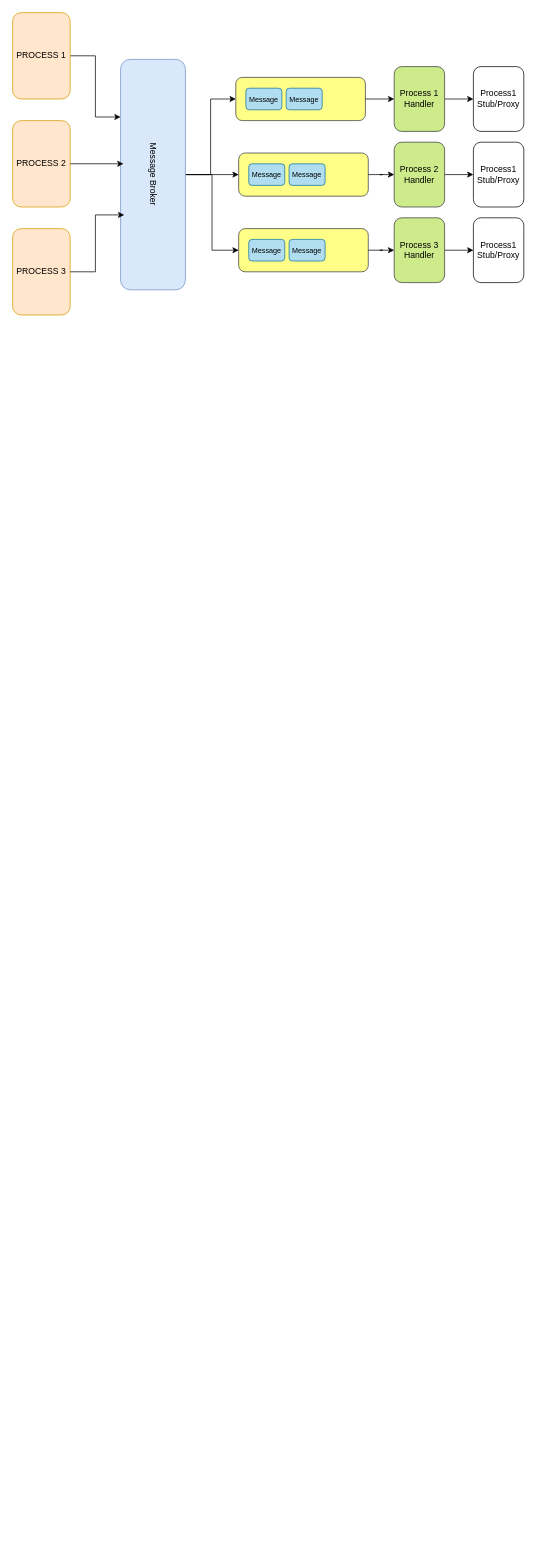
The draw.io diagram FA.drawio in anhkiet1993/FA, before the edit. Source tidied: cells renumbered, new cells numbered last; positions are measured from the earlier drawing's top-left corner, leaving out a move shared by most shapes. Both pictures are drawn from the tidied source at 72%, with x=0, y=0 at pixel (12, 12).
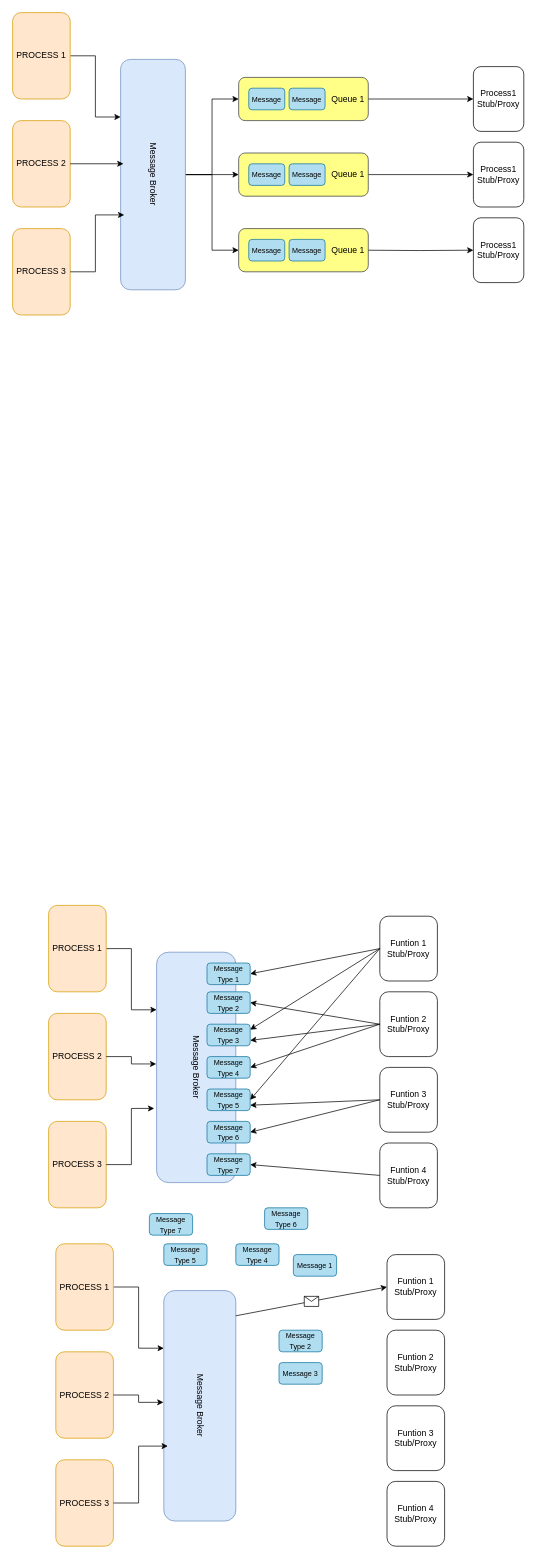
The same diagram, later.

Unchanged cells that the change refers to:
```xml
<mxCell id="11" value="Message Broker" style="rounded=1;whiteSpace=wrap;html=1;fillColor=#dae8fc;strokeColor=#6c8ebf;textDirection=vertical-lr;" parent="1" vertex="1">
  <mxGeometry x="150" y="65" width="90" height="320" as="geometry" />
</mxCell>
<mxCell id="33" value="Process1 Stub/Proxy" style="rounded=1;whiteSpace=wrap;html=1;" parent="1" vertex="1">
  <mxGeometry x="640" y="75" width="70" height="90" as="geometry" />
</mxCell>
<mxCell id="34" value="Process1 Stub/Proxy" style="rounded=1;whiteSpace=wrap;html=1;" parent="1" vertex="1">
  <mxGeometry x="640" y="180" width="70" height="90" as="geometry" />
</mxCell>
<mxCell id="35" value="Process1 Stub/Proxy" style="rounded=1;whiteSpace=wrap;html=1;" parent="1" vertex="1">
  <mxGeometry x="640" y="285" width="70" height="90" as="geometry" />
</mxCell>
```

The edit, as a diff of the source:
```diff
@@
-    <mxCell id="4" style="edgeStyle=orthogonalEdgeStyle;rounded=0;jettySize=auto;html=1;entryX=0;entryY=0.5;entryDx=0;entryDy=0;" parent="1" edge="1" source="5" target="33">
-      <mxGeometry relative="1" as="geometry" />
-    </mxCell>
-    <mxCell id="5" value="Process 1 Handler" style="rounded=1;whiteSpace=wrap;html=1;fillColor=#cdeb8b;strokeColor=#36393d;" parent="1" vertex="1">
-      <mxGeometry x="530" y="75" width="70" height="90" as="geometry" />
-    </mxCell>
@@
-    <mxCell id="9" style="edgeStyle=orthogonalEdgeStyle;rounded=0;jettySize=auto;html=1;entryX=0;entryY=0.5;entryDx=0;entryDy=0;" parent="1" edge="1" source="11" target="19">
+    <mxCell id="9" style="edgeStyle=orthogonalEdgeStyle;rounded=0;jettySize=auto;html=1;" parent="1" edge="1" source="11" target="37">
       <mxGeometry relative="1" as="geometry" />
     </mxCell>
-    <mxCell id="10" style="edgeStyle=orthogonalEdgeStyle;rounded=0;jettySize=auto;html=1;entryX=0;entryY=0.5;entryDx=0;entryDy=0;" parent="1" edge="1" source="11" target="23">
+    <mxCell id="10" style="edgeStyle=orthogonalEdgeStyle;rounded=0;jettySize=auto;html=1;entryX=0;entryY=0.5;entryDx=0;entryDy=0;" parent="1" edge="1" source="11" target="40">
       <mxGeometry relative="1" as="geometry" />
     </mxCell>
@@
-    <mxCell id="14" style="group;" parent="1" vertex="1">
-      <mxGeometry x="310" y="90" width="180" height="60" as="geometry" />
-    </mxCell>
-    <mxCell id="15" style="rounded=1;whiteSpace=wrap;html=1;fillColor=#ffff88;strokeColor=#36393d;" parent="14" vertex="1">
-      <mxGeometry width="180" height="60" as="geometry" />
-    </mxCell>
-    <mxCell id="16" value="&lt;font style=&quot;font-size: 10px;&quot;&gt;Message&lt;/font&gt;" style="rounded=1;whiteSpace=wrap;html=1;fillColor=#b1ddf0;strokeColor=#10739e;" parent="14" vertex="1">
-      <mxGeometry x="14" y="15" width="50" height="30" as="geometry" />
-    </mxCell>
-    <mxCell id="17" value="&lt;font style=&quot;font-size: 10px;&quot;&gt;Message&lt;/font&gt;" style="rounded=1;whiteSpace=wrap;html=1;fillColor=#b1ddf0;strokeColor=#10739e;" parent="14" vertex="1">
-      <mxGeometry x="70" y="15" width="50" height="30" as="geometry" />
-    </mxCell>
-    <mxCell id="18" style="group;" parent="1" vertex="1">
-      <mxGeometry x="314" y="195" width="180" height="60" as="geometry" />
-    </mxCell>
-    <mxCell id="19" style="rounded=1;whiteSpace=wrap;html=1;fillColor=#ffff88;strokeColor=#36393d;" parent="18" vertex="1">
-      <mxGeometry width="180" height="60" as="geometry" />
-    </mxCell>
-    <mxCell id="20" value="&lt;font style=&quot;font-size: 10px;&quot;&gt;Message&lt;/font&gt;" style="rounded=1;whiteSpace=wrap;html=1;fillColor=#b1ddf0;strokeColor=#10739e;" parent="18" vertex="1">
-      <mxGeometry x="14" y="15" width="50" height="30" as="geometry" />
-    </mxCell>
-    <mxCell id="21" value="&lt;font style=&quot;font-size: 10px;&quot;&gt;Message&lt;/font&gt;" style="rounded=1;whiteSpace=wrap;html=1;fillColor=#b1ddf0;strokeColor=#10739e;" parent="18" vertex="1">
-      <mxGeometry x="70" y="15" width="50" height="30" as="geometry" />
-    </mxCell>
-    <mxCell id="22" style="group;" parent="1" vertex="1">
-      <mxGeometry x="314" y="300" width="180" height="60" as="geometry" />
-    </mxCell>
-    <mxCell id="23" style="rounded=1;whiteSpace=wrap;html=1;fillColor=#ffff88;strokeColor=#36393d;" parent="22" vertex="1">
-      <mxGeometry width="180" height="60" as="geometry" />
-    </mxCell>
-    <mxCell id="24" value="&lt;font style=&quot;font-size: 10px;&quot;&gt;Message&lt;/font&gt;" style="rounded=1;whiteSpace=wrap;html=1;fillColor=#b1ddf0;strokeColor=#10739e;" parent="22" vertex="1">
-      <mxGeometry x="14" y="15" width="50" height="30" as="geometry" />
-    </mxCell>
-    <mxCell id="25" value="&lt;font style=&quot;font-size: 10px;&quot;&gt;Message&lt;/font&gt;" style="rounded=1;whiteSpace=wrap;html=1;fillColor=#b1ddf0;strokeColor=#10739e;" parent="22" vertex="1">
-      <mxGeometry x="70" y="15" width="50" height="30" as="geometry" />
-    </mxCell>
-    <mxCell id="26" style="edgeStyle=orthogonalEdgeStyle;rounded=0;jettySize=auto;html=1;entryX=0;entryY=0.5;entryDx=0;entryDy=0;" parent="1" edge="1" source="27" target="34">
-      <mxGeometry relative="1" as="geometry" />
-    </mxCell>
-    <mxCell id="27" value="Process 2 Handler" style="rounded=1;whiteSpace=wrap;html=1;fillColor=#cdeb8b;strokeColor=#36393d;" parent="1" vertex="1">
-      <mxGeometry x="530" y="180" width="70" height="90" as="geometry" />
-    </mxCell>
-    <mxCell id="28" style="edgeStyle=orthogonalEdgeStyle;rounded=0;jettySize=auto;html=1;" parent="1" edge="1" source="29" target="35">
-      <mxGeometry relative="1" as="geometry" />
-    </mxCell>
-    <mxCell id="29" value="Process 3 Handler" style="rounded=1;whiteSpace=wrap;html=1;fillColor=#cdeb8b;strokeColor=#36393d;" parent="1" vertex="1">
-      <mxGeometry x="530" y="285" width="70" height="90" as="geometry" />
-    </mxCell>
-    <mxCell id="30" style="edgeStyle=orthogonalEdgeStyle;rounded=0;jettySize=auto;html=1;" parent="1" edge="1" source="15" target="5">
+    <mxCell id="30" style="edgeStyle=orthogonalEdgeStyle;rounded=0;jettySize=auto;html=1;entryX=0;entryY=0.5;entryDx=0;entryDy=0;" parent="1" edge="1" source="15" target="33">
       <mxGeometry relative="1" as="geometry" />
     </mxCell>
-    <mxCell id="31" style="edgeStyle=orthogonalEdgeStyle;rounded=0;jettySize=auto;html=1;entryX=0;entryY=0.5;entryDx=0;entryDy=0;" parent="1" edge="1" source="19" target="27">
+    <mxCell id="31" style="edgeStyle=orthogonalEdgeStyle;rounded=0;jettySize=auto;html=1;exitX=1;exitY=0.5;exitDx=0;exitDy=0;" parent="1" edge="1" source="37" target="34">
       <mxGeometry relative="1" as="geometry" />
     </mxCell>
-    <mxCell id="32" style="edgeStyle=orthogonalEdgeStyle;rounded=0;jettySize=auto;html=1;" parent="1" edge="1" source="23" target="29">
-      <mxGeometry relative="1" as="geometry" />
+    <mxCell id="32" style="edgeStyle=orthogonalEdgeStyle;rounded=0;jettySize=auto;html=1;entryX=0;entryY=0.5;entryDx=0;entryDy=0;" parent="1" edge="1" target="35">
+      <mxGeometry relative="1" as="geometry">
+        <mxPoint x="490" y="330" as="sourcePoint" />
+      </mxGeometry>
     </mxCell>
@@
+    <mxCell id="36" style="group;" parent="1" vertex="1">
+      <mxGeometry x="314" y="90" width="180" height="60" as="geometry" />
+    </mxCell>
+    <mxCell id="15" value="Queue 1" style="rounded=1;whiteSpace=wrap;html=1;fillColor=#ffff88;strokeColor=#36393d;labelPosition=right;verticalLabelPosition=middle;align=left;verticalAlign=middle;spacing=-51;" parent="36" vertex="1">
+      <mxGeometry width="180" height="60" as="geometry" />
+    </mxCell>
+    <mxCell id="16" value="&lt;font style=&quot;font-size: 10px;&quot;&gt;Message&lt;/font&gt;" style="rounded=1;whiteSpace=wrap;html=1;fillColor=#b1ddf0;strokeColor=#10739e;" parent="36" vertex="1">
+      <mxGeometry x="14" y="15" width="50" height="30" as="geometry" />
+    </mxCell>
+    <mxCell id="17" value="&lt;font style=&quot;font-size: 10px;&quot;&gt;Message&lt;/font&gt;" style="rounded=1;whiteSpace=wrap;html=1;fillColor=#b1ddf0;strokeColor=#10739e;" parent="36" vertex="1">
+      <mxGeometry x="70" y="15" width="50" height="30" as="geometry" />
+    </mxCell>
+    <mxCell id="18" style="group;" parent="1" vertex="1">
+      <mxGeometry x="314" y="195" width="180" height="60" as="geometry" />
+    </mxCell>
+    <mxCell id="37" value="Queue 1" style="rounded=1;whiteSpace=wrap;html=1;fillColor=#ffff88;strokeColor=#36393d;labelPosition=right;verticalLabelPosition=middle;align=left;verticalAlign=middle;spacing=-51;" parent="18" vertex="1">
+      <mxGeometry width="180" height="60" as="geometry" />
+    </mxCell>
+    <mxCell id="38" value="&lt;font style=&quot;font-size: 10px;&quot;&gt;Message&lt;/font&gt;" style="rounded=1;whiteSpace=wrap;html=1;fillColor=#b1ddf0;strokeColor=#10739e;" parent="18" vertex="1">
+      <mxGeometry x="14" y="15" width="50" height="30" as="geometry" />
+    </mxCell>
+    <mxCell id="39" value="&lt;font style=&quot;font-size: 10px;&quot;&gt;Message&lt;/font&gt;" style="rounded=1;whiteSpace=wrap;html=1;fillColor=#b1ddf0;strokeColor=#10739e;" parent="18" vertex="1">
+      <mxGeometry x="70" y="15" width="50" height="30" as="geometry" />
+    </mxCell>
+    <mxCell id="22" style="group;" parent="1" vertex="1">
+      <mxGeometry x="314" y="300" width="180" height="60" as="geometry" />
+    </mxCell>
+    <mxCell id="40" value="Queue 1" style="rounded=1;whiteSpace=wrap;html=1;fillColor=#ffff88;strokeColor=#36393d;labelPosition=right;verticalLabelPosition=middle;align=left;verticalAlign=middle;spacing=-51;" parent="22" vertex="1">
+      <mxGeometry width="180" height="60" as="geometry" />
+    </mxCell>
+    <mxCell id="41" value="&lt;font style=&quot;font-size: 10px;&quot;&gt;Message&lt;/font&gt;" style="rounded=1;whiteSpace=wrap;html=1;fillColor=#b1ddf0;strokeColor=#10739e;" parent="22" vertex="1">
+      <mxGeometry x="14" y="15" width="50" height="30" as="geometry" />
+    </mxCell>
+    <mxCell id="42" value="&lt;font style=&quot;font-size: 10px;&quot;&gt;Message&lt;/font&gt;" style="rounded=1;whiteSpace=wrap;html=1;fillColor=#b1ddf0;strokeColor=#10739e;" parent="22" vertex="1">
+      <mxGeometry x="70" y="15" width="50" height="30" as="geometry" />
+    </mxCell>
+    <mxCell id="43" style="edgeStyle=orthogonalEdgeStyle;rounded=0;jettySize=auto;html=1;entryX=0;entryY=0.25;entryDx=0;entryDy=0;" parent="1" edge="1" source="44" target="47">
+      <mxGeometry relative="1" as="geometry" />
+    </mxCell>
+    <mxCell id="44" value="PROCESS 1" style="rounded=1;whiteSpace=wrap;html=1;fillColor=#ffe6cc;strokeColor=#d79b00;" parent="1" vertex="1">
+      <mxGeometry x="50" y="1240" width="80" height="120" as="geometry" />
+    </mxCell>
+    <mxCell id="45" value="PROCESS 2" style="rounded=1;whiteSpace=wrap;html=1;fillColor=#ffe6cc;strokeColor=#d79b00;" parent="1" vertex="1">
+      <mxGeometry x="50" y="1390" width="80" height="120" as="geometry" />
+    </mxCell>
+    <mxCell id="46" value="PROCESS 3" style="rounded=1;whiteSpace=wrap;html=1;fillColor=#ffe6cc;strokeColor=#d79b00;" parent="1" vertex="1">
+      <mxGeometry x="50" y="1540" width="80" height="120" as="geometry" />
+    </mxCell>
+    <mxCell id="47" value="Message Broker" style="rounded=1;whiteSpace=wrap;html=1;fillColor=#dae8fc;strokeColor=#6c8ebf;textDirection=vertical-lr;verticalAlign=middle;" parent="1" vertex="1">
+      <mxGeometry x="200" y="1305" width="110" height="320" as="geometry" />
+    </mxCell>
+    <mxCell id="48" style="edgeStyle=orthogonalEdgeStyle;rounded=0;jettySize=auto;html=1;entryX=-0.005;entryY=0.485;entryDx=0;entryDy=0;entryPerimeter=0;" parent="1" edge="1" source="45" target="47">
+      <mxGeometry relative="1" as="geometry" />
+    </mxCell>
+    <mxCell id="49" style="edgeStyle=orthogonalEdgeStyle;rounded=0;jettySize=auto;html=1;entryX=-0.03;entryY=0.678;entryDx=0;entryDy=0;entryPerimeter=0;" parent="1" edge="1" source="46" target="47">
+      <mxGeometry relative="1" as="geometry" />
+    </mxCell>
+    <mxCell id="50" value="&lt;div&gt;Funtion 1&lt;/div&gt;Stub/Proxy" style="rounded=1;whiteSpace=wrap;html=1;" parent="1" vertex="1">
+      <mxGeometry x="510" y="1255" width="80" height="90" as="geometry" />
+    </mxCell>
+    <mxCell id="51" value="&lt;div&gt;Funtion 2&lt;/div&gt;Stub/Proxy" style="rounded=1;whiteSpace=wrap;html=1;" parent="1" vertex="1">
+      <mxGeometry x="510" y="1360" width="80" height="90" as="geometry" />
+    </mxCell>
+    <mxCell id="52" value="&lt;div&gt;Funtion 4&lt;/div&gt;Stub/Proxy" style="rounded=1;whiteSpace=wrap;html=1;" parent="1" vertex="1">
+      <mxGeometry x="510" y="1570" width="80" height="90" as="geometry" />
+    </mxCell>
+    <mxCell id="53" value="&lt;font style=&quot;font-size: 10px;&quot;&gt;Message Type 1&lt;/font&gt;" style="rounded=1;whiteSpace=wrap;html=1;fillColor=#b1ddf0;strokeColor=#10739e;" parent="1" vertex="1">
+      <mxGeometry x="270" y="1320" width="60" height="30" as="geometry" />
+    </mxCell>
+    <mxCell id="54" value="&lt;font style=&quot;font-size: 10px;&quot;&gt;Message Type 2&lt;/font&gt;" style="rounded=1;whiteSpace=wrap;html=1;fillColor=#b1ddf0;strokeColor=#10739e;" parent="1" vertex="1">
+      <mxGeometry x="270" y="1360" width="60" height="30" as="geometry" />
+    </mxCell>
+    <mxCell id="55" value="&lt;font style=&quot;font-size: 10px;&quot;&gt;Message Type 3&lt;/font&gt;" style="rounded=1;whiteSpace=wrap;html=1;fillColor=#b1ddf0;strokeColor=#10739e;" parent="1" vertex="1">
+      <mxGeometry x="270" y="1405" width="60" height="30" as="geometry" />
+    </mxCell>
+    <mxCell id="56" value="&lt;font style=&quot;font-size: 10px;&quot;&gt;Message Type 4&lt;/font&gt;" style="rounded=1;whiteSpace=wrap;html=1;fillColor=#b1ddf0;strokeColor=#10739e;" parent="1" vertex="1">
+      <mxGeometry x="270" y="1450" width="60" height="30" as="geometry" />
+    </mxCell>
+    <mxCell id="57" value="&lt;font style=&quot;font-size: 10px;&quot;&gt;Message Type 5&lt;/font&gt;" style="rounded=1;whiteSpace=wrap;html=1;fillColor=#b1ddf0;strokeColor=#10739e;" parent="1" vertex="1">
+      <mxGeometry x="270" y="1495" width="60" height="30" as="geometry" />
+    </mxCell>
+    <mxCell id="58" value="&lt;font style=&quot;font-size: 10px;&quot;&gt;Message Type 6&lt;/font&gt;" style="rounded=1;whiteSpace=wrap;html=1;fillColor=#b1ddf0;strokeColor=#10739e;" parent="1" vertex="1">
+      <mxGeometry x="270" y="1540" width="60" height="30" as="geometry" />
+    </mxCell>
+    <mxCell id="59" value="&lt;font style=&quot;font-size: 10px;&quot;&gt;Message Type 7&lt;/font&gt;" style="rounded=1;whiteSpace=wrap;html=1;fillColor=#b1ddf0;strokeColor=#10739e;" parent="1" vertex="1">
+      <mxGeometry x="270" y="1585" width="60" height="30" as="geometry" />
+    </mxCell>
+    <mxCell id="60" style="endArrow=classic;html=1;rounded=0;exitX=0;exitY=0.5;exitDx=0;exitDy=0;entryX=1;entryY=0.5;entryDx=0;entryDy=0;" parent="1" edge="1" source="50" target="53">
+      <mxGeometry relative="1" as="geometry" />
+    </mxCell>
+    <mxCell id="61" style="endArrow=classic;html=1;rounded=0;exitX=0;exitY=0.5;exitDx=0;exitDy=0;entryX=1;entryY=0.25;entryDx=0;entryDy=0;" parent="1" edge="1" source="50" target="55">
+      <mxGeometry relative="1" as="geometry" />
+    </mxCell>
+    <mxCell id="62" style="endArrow=classic;html=1;rounded=0;exitX=0;exitY=0.5;exitDx=0;exitDy=0;entryX=1;entryY=0.5;entryDx=0;entryDy=0;" parent="1" edge="1" source="50" target="57">
+      <mxGeometry relative="1" as="geometry" />
+    </mxCell>
+    <mxCell id="63" style="endArrow=classic;html=1;rounded=0;exitX=0;exitY=0.5;exitDx=0;exitDy=0;entryX=1;entryY=0.5;entryDx=0;entryDy=0;" parent="1" edge="1" source="51" target="54">
+      <mxGeometry relative="1" as="geometry" />
+    </mxCell>
+    <mxCell id="64" style="endArrow=classic;html=1;rounded=0;exitX=0;exitY=0.5;exitDx=0;exitDy=0;entryX=1;entryY=0.75;entryDx=0;entryDy=0;" parent="1" edge="1" source="51" target="55">
+      <mxGeometry relative="1" as="geometry" />
+    </mxCell>
+    <mxCell id="65" style="endArrow=classic;html=1;rounded=0;exitX=0;exitY=0.5;exitDx=0;exitDy=0;entryX=1;entryY=0.5;entryDx=0;entryDy=0;" parent="1" edge="1" source="51" target="56">
+      <mxGeometry relative="1" as="geometry" />
+    </mxCell>
+    <mxCell id="66" style="endArrow=classic;html=1;rounded=0;exitX=0;exitY=0.5;exitDx=0;exitDy=0;entryX=1;entryY=0.5;entryDx=0;entryDy=0;" parent="1" edge="1" source="68" target="58">
+      <mxGeometry relative="1" as="geometry" />
+    </mxCell>
+    <mxCell id="67" style="endArrow=classic;html=1;rounded=0;entryX=1;entryY=0.5;entryDx=0;entryDy=0;exitX=0;exitY=0.5;exitDx=0;exitDy=0;" parent="1" edge="1" source="52" target="59">
+      <mxGeometry relative="1" as="geometry" />
+    </mxCell>
+    <mxCell id="68" value="&lt;div&gt;Funtion 3&lt;/div&gt;Stub/Proxy" style="rounded=1;whiteSpace=wrap;html=1;" parent="1" vertex="1">
+      <mxGeometry x="510" y="1465" width="80" height="90" as="geometry" />
+    </mxCell>
+    <mxCell id="69" style="endArrow=classic;html=1;rounded=0;entryX=1;entryY=0.75;entryDx=0;entryDy=0;exitX=0;exitY=0.5;exitDx=0;exitDy=0;" parent="1" edge="1" source="68" target="57">
+      <mxGeometry relative="1" as="geometry" />
+    </mxCell>
+    <mxCell id="70" style="edgeStyle=orthogonalEdgeStyle;rounded=0;jettySize=auto;html=1;entryX=0;entryY=0.25;entryDx=0;entryDy=0;" parent="1" edge="1" source="71" target="74">
+      <mxGeometry relative="1" as="geometry" />
+    </mxCell>
+    <mxCell id="71" value="PROCESS 1" style="rounded=1;whiteSpace=wrap;html=1;fillColor=#ffe6cc;strokeColor=#d79b00;" parent="1" vertex="1">
+      <mxGeometry x="60" y="1710" width="80" height="120" as="geometry" />
+    </mxCell>
+    <mxCell id="72" value="PROCESS 2" style="rounded=1;whiteSpace=wrap;html=1;fillColor=#ffe6cc;strokeColor=#d79b00;" parent="1" vertex="1">
+      <mxGeometry x="60" y="1860" width="80" height="120" as="geometry" />
+    </mxCell>
+    <mxCell id="73" value="PROCESS 3" style="rounded=1;whiteSpace=wrap;html=1;fillColor=#ffe6cc;strokeColor=#d79b00;" parent="1" vertex="1">
+      <mxGeometry x="60" y="2010" width="80" height="120" as="geometry" />
+    </mxCell>
+    <mxCell id="74" value="Message Broker" style="rounded=1;whiteSpace=wrap;html=1;fillColor=#dae8fc;strokeColor=#6c8ebf;textDirection=vertical-lr;verticalAlign=middle;" parent="1" vertex="1">
+      <mxGeometry x="210" y="1775" width="100" height="320" as="geometry" />
+    </mxCell>
+    <mxCell id="75" style="edgeStyle=orthogonalEdgeStyle;rounded=0;jettySize=auto;html=1;entryX=-0.005;entryY=0.485;entryDx=0;entryDy=0;entryPerimeter=0;" parent="1" edge="1" source="72" target="74">
+      <mxGeometry relative="1" as="geometry" />
+    </mxCell>
+    <mxCell id="76" style="edgeStyle=orthogonalEdgeStyle;rounded=0;jettySize=auto;html=1;entryX=0.056;entryY=0.675;entryDx=0;entryDy=0;entryPerimeter=0;" parent="1" edge="1" source="73" target="74">
+      <mxGeometry relative="1" as="geometry" />
+    </mxCell>
+    <mxCell id="77" value="&lt;div&gt;Funtion 1&lt;/div&gt;Stub/Proxy" style="rounded=1;whiteSpace=wrap;html=1;" parent="1" vertex="1">
+      <mxGeometry x="520" y="1725" width="80" height="90" as="geometry" />
+    </mxCell>
+    <mxCell id="78" value="&lt;div&gt;Funtion 2&lt;/div&gt;Stub/Proxy" style="rounded=1;whiteSpace=wrap;html=1;" parent="1" vertex="1">
+      <mxGeometry x="520" y="1830" width="80" height="90" as="geometry" />
+    </mxCell>
+    <mxCell id="79" value="&lt;div&gt;Funtion 4&lt;/div&gt;Stub/Proxy" style="rounded=1;whiteSpace=wrap;html=1;" parent="1" vertex="1">
+      <mxGeometry x="520" y="2040" width="80" height="90" as="geometry" />
+    </mxCell>
+    <mxCell id="80" value="&lt;font style=&quot;font-size: 10px;&quot;&gt;Message 1&lt;/font&gt;" style="rounded=1;whiteSpace=wrap;html=1;fillColor=#b1ddf0;strokeColor=#10739e;" parent="1" vertex="1">
+      <mxGeometry x="390" y="1725" width="60" height="30" as="geometry" />
+    </mxCell>
+    <mxCell id="81" value="&lt;font style=&quot;font-size: 10px;&quot;&gt;Message Type 2&lt;/font&gt;" style="rounded=1;whiteSpace=wrap;html=1;fillColor=#b1ddf0;strokeColor=#10739e;" parent="1" vertex="1">
+      <mxGeometry x="370" y="1830" width="60" height="30" as="geometry" />
+    </mxCell>
+    <mxCell id="82" value="&lt;font style=&quot;font-size: 10px;&quot;&gt;Message 3&lt;/font&gt;" style="rounded=1;whiteSpace=wrap;html=1;fillColor=#b1ddf0;strokeColor=#10739e;" parent="1" vertex="1">
+      <mxGeometry x="370" y="1875" width="60" height="30" as="geometry" />
+    </mxCell>
+    <mxCell id="83" value="&lt;font style=&quot;font-size: 10px;&quot;&gt;Message Type 4&lt;/font&gt;" style="rounded=1;whiteSpace=wrap;html=1;fillColor=#b1ddf0;strokeColor=#10739e;" parent="1" vertex="1">
+      <mxGeometry x="310" y="1710" width="60" height="30" as="geometry" />
+    </mxCell>
+    <mxCell id="84" value="&lt;font style=&quot;font-size: 10px;&quot;&gt;Message Type 5&lt;/font&gt;" style="rounded=1;whiteSpace=wrap;html=1;fillColor=#b1ddf0;strokeColor=#10739e;" parent="1" vertex="1">
+      <mxGeometry x="210" y="1710" width="60" height="30" as="geometry" />
+    </mxCell>
+    <mxCell id="85" value="&lt;font style=&quot;font-size: 10px;&quot;&gt;Message Type 6&lt;/font&gt;" style="rounded=1;whiteSpace=wrap;html=1;fillColor=#b1ddf0;strokeColor=#10739e;" parent="1" vertex="1">
+      <mxGeometry x="350" y="1660" width="60" height="30" as="geometry" />
+    </mxCell>
+    <mxCell id="86" value="&lt;font style=&quot;font-size: 10px;&quot;&gt;Message Type 7&lt;/font&gt;" style="rounded=1;whiteSpace=wrap;html=1;fillColor=#b1ddf0;strokeColor=#10739e;" parent="1" vertex="1">
+      <mxGeometry x="190" y="1668" width="60" height="30" as="geometry" />
+    </mxCell>
+    <mxCell id="87" value="&lt;div&gt;Funtion 3&lt;/div&gt;Stub/Proxy" style="rounded=1;whiteSpace=wrap;html=1;" parent="1" vertex="1">
+      <mxGeometry x="520" y="1935" width="80" height="90" as="geometry" />
+    </mxCell>
+    <mxCell id="88" style="endArrow=classic;html=1;rounded=0;entryX=0;entryY=0.5;entryDx=0;entryDy=0;" parent="1" edge="1" target="77">
+      <mxGeometry relative="1" as="geometry">
+        <mxPoint x="310" y="1810" as="sourcePoint" />
+      </mxGeometry>
+    </mxCell>
+    <mxCell id="89" style="shape=message;html=1;" parent="88" vertex="1">
+      <mxGeometry width="20" height="14" relative="1" as="geometry">
+        <mxPoint x="-10" y="-7" as="offset" />
+      </mxGeometry>
+    </mxCell>
```
